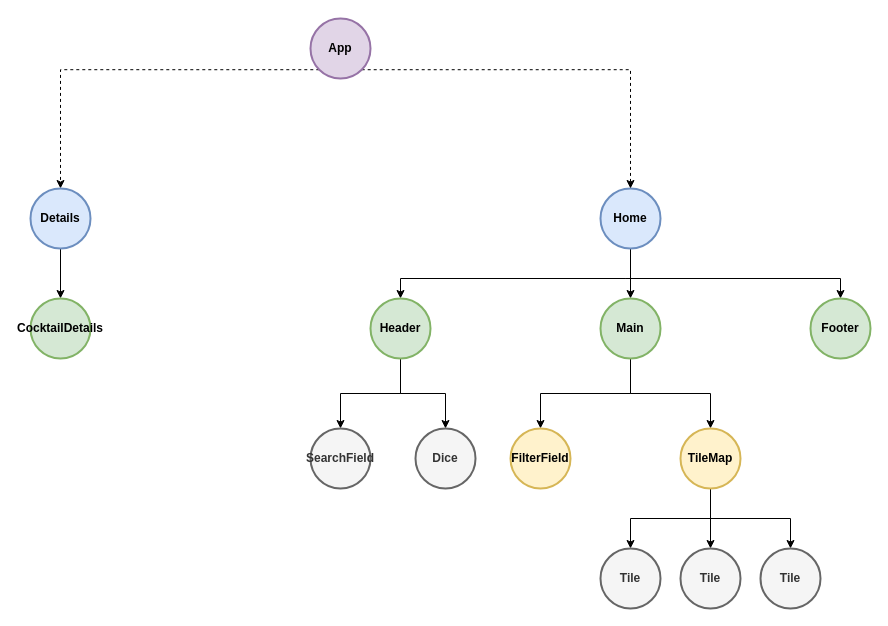
nikiwlan/webprogSS2021 keeps this draw.io diagram as StructureTree - Final.drawio. Above is the earlier version. Source tidied: cells renumbered, new cells numbered last; positions are measured from the earlier drawing's top-left corner, leaving out a move shared by most shapes. Both pictures are drawn from the tidied source at 100%, with x=0, y=0 at pixel (30, 18).
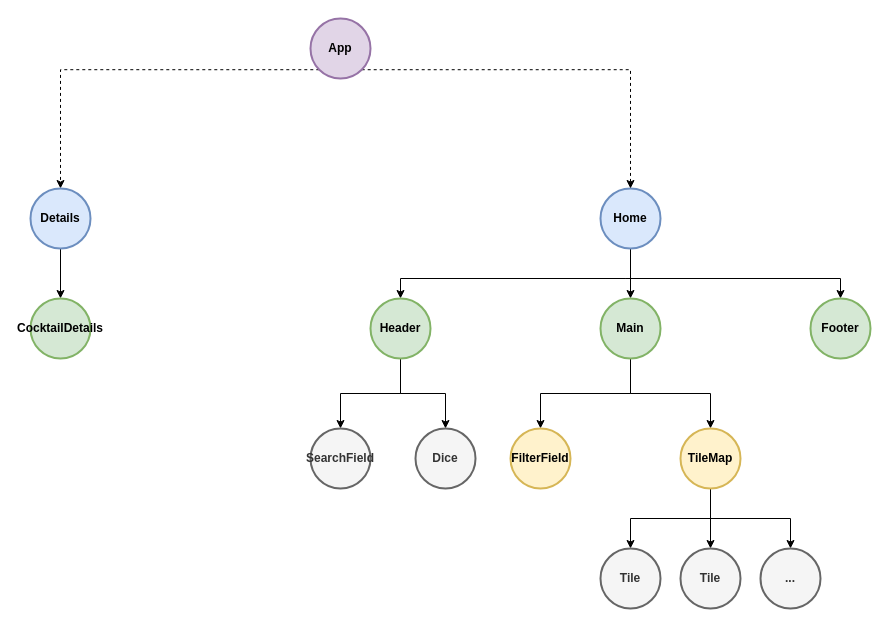
After the change.

What changed in the source:
```diff
@@
-    <mxCell id="25" value="Tile" style="ellipse;whiteSpace=wrap;html=1;fillColor=#f5f5f5;strokeColor=#666666;fontColor=#333333;fontSize=12;fontStyle=1;strokeWidth=2;" parent="1" vertex="1">
+    <mxCell id="25" value="..." style="ellipse;whiteSpace=wrap;html=1;fillColor=#f5f5f5;strokeColor=#666666;fontColor=#333333;fontSize=12;fontStyle=1;strokeWidth=2;" parent="1" vertex="1">
       <mxGeometry x="730" y="530" width="60" height="60" as="geometry" />
     </mxCell>
```
